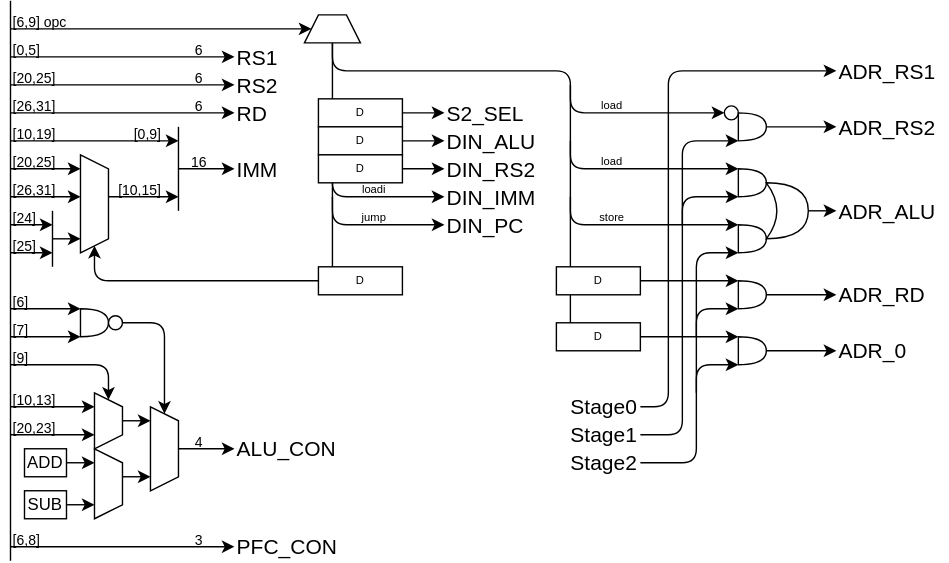
Before: Lab/Computer/Micon/01_CPU/img/decoder.dio.svg, a diagram exported from draw.io (amane-uehara/kanade-k-1228.github.io). Source tidied: cells renumbered, new cells last; positions are measured from the earlier drawing's top-left corner, leaving out a move shared by most shapes.
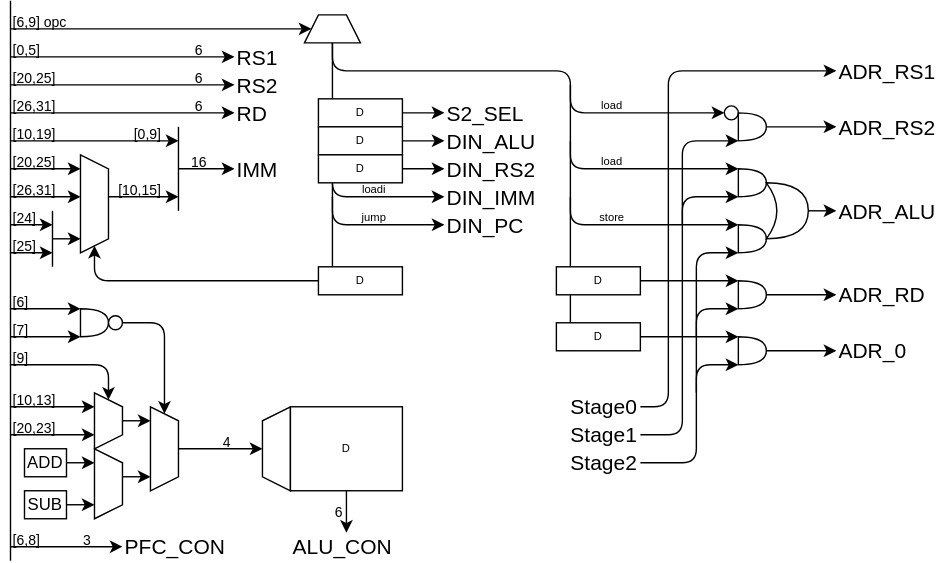
The same diagram one commit later.

What changed in the source:
```diff
@@ -94,20 +94,20 @@
     <mxCell id="19" style="endArrow=classic;html=1;" parent="1" edge="1">
       <mxGeometry relative="1" as="geometry">
         <mxPoint x="120" y="320" as="sourcePoint" />
-        <mxPoint x="160" y="320" as="targetPoint" />
+        <mxPoint x="180" y="320" as="targetPoint" />
       </mxGeometry>
     </mxCell>
     <mxCell id="20" value="ALU_CON" style="text;html=1;strokeColor=none;fillColor=none;align=left;verticalAlign=middle;whiteSpace=wrap;rounded=0;fontSize=15;" parent="1" vertex="1">
-      <mxGeometry x="160" y="310" width="80" height="20" as="geometry" />
+      <mxGeometry x="200" y="380" width="80" height="20" as="geometry" />
     </mxCell>
     <mxCell id="21" style="endArrow=classic;html=1;" parent="1" edge="1">
       <mxGeometry relative="1" as="geometry">
         <mxPoint y="390" as="sourcePoint" />
-        <mxPoint x="160" y="390" as="targetPoint" />
+        <mxPoint x="80" y="390" as="targetPoint" />
       </mxGeometry>
     </mxCell>
     <mxCell id="22" value="PFC_CON" style="text;html=1;strokeColor=none;fillColor=none;align=left;verticalAlign=middle;whiteSpace=wrap;rounded=0;fontSize=15;" parent="1" vertex="1">
-      <mxGeometry x="160" y="380" width="80" height="20" as="geometry" />
+      <mxGeometry x="80" y="380" width="80" height="20" as="geometry" />
     </mxCell>
     <mxCell id="23" value="6" style="text;html=1;strokeColor=none;fillColor=none;align=center;verticalAlign=middle;whiteSpace=wrap;rounded=0;fontSize=10;" parent="1" vertex="1">
       <mxGeometry x="130" y="30" width="10" height="10" as="geometry" />
@@ -122,10 +122,10 @@
       <mxGeometry x="130" y="110" width="10" height="10" as="geometry" />
     </mxCell>
     <mxCell id="27" value="4" style="text;html=1;strokeColor=none;fillColor=none;align=center;verticalAlign=middle;whiteSpace=wrap;rounded=0;fontSize=10;" parent="1" vertex="1">
-      <mxGeometry x="130" y="310" width="10" height="10" as="geometry" />
+      <mxGeometry x="150" y="310" width="10" height="10" as="geometry" />
     </mxCell>
     <mxCell id="28" value="3" style="text;html=1;strokeColor=none;fillColor=none;align=center;verticalAlign=middle;whiteSpace=wrap;rounded=0;fontSize=10;" parent="1" vertex="1">
-      <mxGeometry x="130" y="380" width="10" height="10" as="geometry" />
+      <mxGeometry x="50" y="380" width="10" height="10" as="geometry" />
     </mxCell>
     <mxCell id="29" style="endArrow=none;html=1;" parent="1" edge="1">
       <mxGeometry relative="1" as="geometry">
@@ -558,5 +558,20 @@
     <mxCell id="120" value="[7]" style="text;html=1;strokeColor=none;fillColor=none;align=left;verticalAlign=middle;whiteSpace=wrap;rounded=0;fontSize=10;" parent="1" vertex="1">
       <mxGeometry y="230" width="20" height="10" as="geometry" />
     </mxCell>
+    <mxCell id="121" style="shape=trapezoid;perimeter=trapezoidPerimeter;whiteSpace=wrap;html=1;fixedSize=1;direction=north;size=9.999999999999943;" parent="1" vertex="1">
+      <mxGeometry x="180" y="290" width="20" height="60" as="geometry" />
+    </mxCell>
+    <mxCell id="122" value="D" style="rounded=0;whiteSpace=wrap;html=1;fontSize=8;" parent="1" vertex="1">
+      <mxGeometry x="200" y="290" width="80" height="60" as="geometry" />
+    </mxCell>
+    <mxCell id="123" style="endArrow=classic;html=1;fontSize=5;" parent="1" edge="1">
+      <mxGeometry relative="1" as="geometry">
+        <mxPoint x="240" y="350" as="sourcePoint" />
+        <mxPoint x="240" y="380" as="targetPoint" />
+      </mxGeometry>
+    </mxCell>
+    <mxCell id="124" value="6" style="text;html=1;strokeColor=none;fillColor=none;align=center;verticalAlign=middle;whiteSpace=wrap;rounded=0;fontSize=10;" parent="1" vertex="1">
+      <mxGeometry x="230" y="360" width="10" height="10" as="geometry" />
+    </mxCell>
   </root>
 </mxGraphModel>
```
